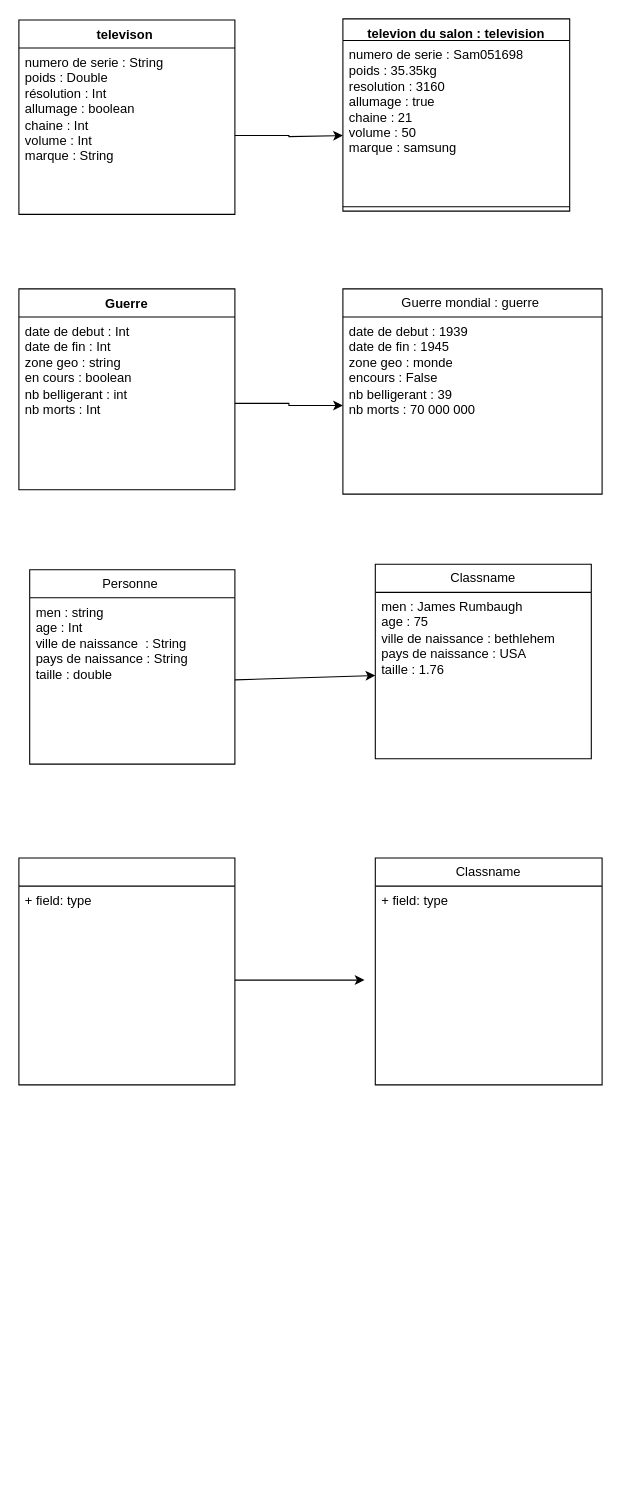
AlexandreLetscher/ABCDEV_2306_AL keeps this draw.io diagram as objet/diagramme objet.drawio. Above is the earlier version. Source tidied: cells renumbered, new cells numbered last; positions are measured from the earlier drawing's top-left corner, leaving out a move shared by most shapes. Both pictures are drawn from the tidied source at 108%, with x=0, y=0 at pixel (18, 18).
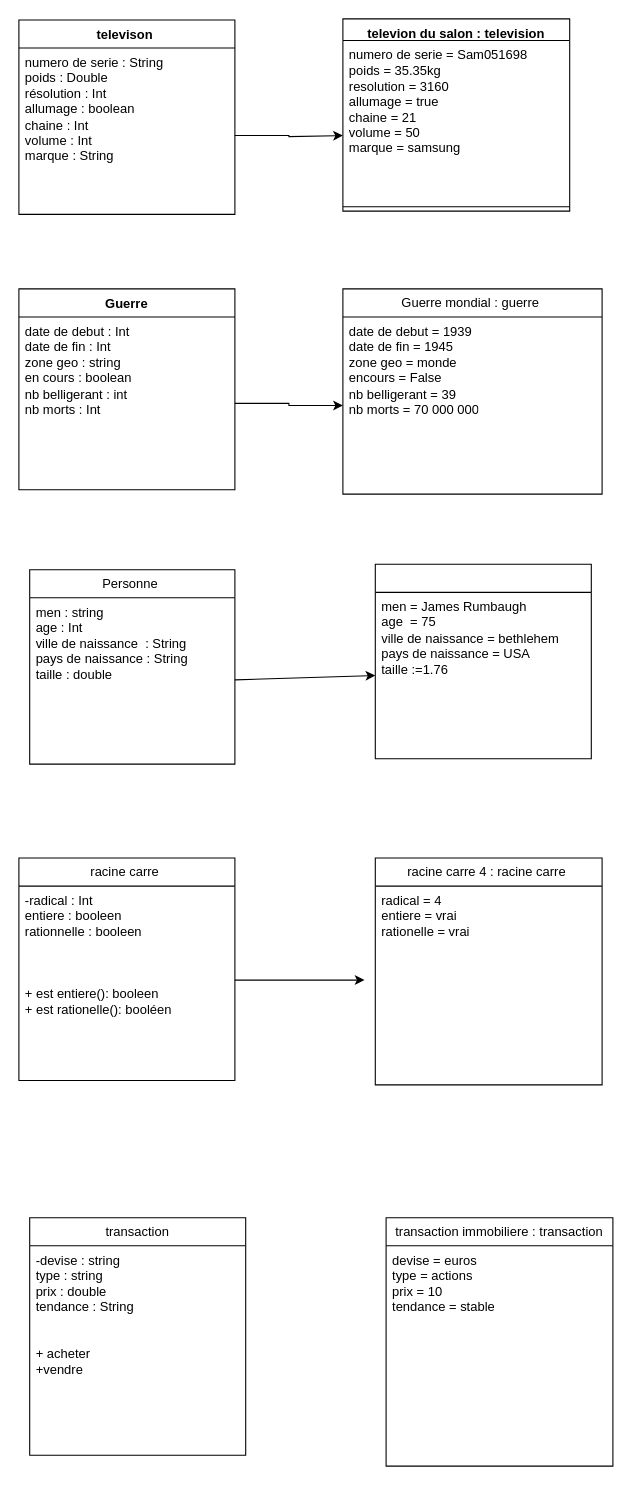
The same diagram, later.

The change refers to these unchanged cells:
```xml
<mxCell id="5" value="televion du salon : television" style="swimlane;fontStyle=1;align=center;verticalAlign=top;horizontal=1;startSize=20;whiteSpace=wrap;html=1;" parent="1" vertex="1">
  <mxGeometry x="300" width="210" height="178" as="geometry" />
</mxCell>
<mxCell id="10" value="Guerre mondial : guerre&amp;nbsp;" style="swimlane;fontStyle=0;horizontal=1;startSize=26;fillColor=none;whiteSpace=wrap;html=1;" parent="1" vertex="1">
  <mxGeometry x="300" y="250" width="240" height="190" as="geometry" />
</mxCell>
```

The edit, as a diff of the source:
```diff
@@
-    <mxCell id="6" value="numero de serie : Sam051698&lt;br&gt;poids : 35.35kg&lt;br&gt;resolution : 3160&amp;nbsp;&lt;br&gt;allumage : true&amp;nbsp;&lt;br&gt;chaine : 21&lt;br&gt;volume : 50&lt;br&gt;marque : samsung" style="text;strokeColor=none;fillColor=none;align=left;verticalAlign=top;spacingLeft=4;spacingRight=4;overflow=hidden;whiteSpace=wrap;html=1;" parent="5" vertex="1">
+    <mxCell id="6" value="numero de serie = Sam051698&lt;br&gt;poids = 35.35kg&lt;br&gt;resolution = 3160&amp;nbsp;&lt;br&gt;allumage = true&amp;nbsp;&lt;br&gt;chaine = 21&lt;br&gt;volume = 50&lt;br&gt;marque = samsung" style="text;strokeColor=none;fillColor=none;align=left;verticalAlign=top;spacingLeft=4;spacingRight=4;overflow=hidden;whiteSpace=wrap;html=1;" parent="5" vertex="1">
       <mxGeometry y="20" width="210" height="150" as="geometry" />
     </mxCell>
@@
-    <mxCell id="11" value="date de debut : 1939&lt;br&gt;date de fin : 1945&lt;br&gt;zone geo : monde&lt;br&gt;encours : False&amp;nbsp;&lt;br&gt;nb belligerant : 39&lt;br&gt;nb morts : 70 000 000" style="text;strokeColor=none;fillColor=none;align=left;verticalAlign=top;spacingLeft=4;spacingRight=4;overflow=hidden;points=[[0,0.5],[1,0.5]];portConstraint=eastwest;whiteSpace=wrap;html=1;" parent="10" vertex="1">
+    <mxCell id="11" value="date de debut = 1939&lt;br&gt;date de fin = 1945&lt;br&gt;zone geo = monde&lt;br&gt;encours = False&amp;nbsp;&lt;br&gt;nb belligerant = 39&lt;br&gt;nb morts = 70 000 000" style="text;strokeColor=none;fillColor=none;align=left;verticalAlign=top;spacingLeft=4;spacingRight=4;overflow=hidden;points=[[0,0.5],[1,0.5]];portConstraint=eastwest;whiteSpace=wrap;html=1;" parent="10" vertex="1">
       <mxGeometry y="26" width="240" height="164" as="geometry" />
     </mxCell>
@@
-    <mxCell id="15" value="Classname" style="swimlane;fontStyle=0;horizontal=1;startSize=26;fillColor=none;whiteSpace=wrap;html=1;" parent="1" vertex="1">
+    <mxCell id="15" style="swimlane;fontStyle=0;horizontal=1;startSize=26;fillColor=none;whiteSpace=wrap;html=1;" parent="1" vertex="1">
       <mxGeometry x="330" y="505" width="200" height="180" as="geometry" />
     </mxCell>
-    <mxCell id="16" value="men : James Rumbaugh&lt;br&gt;age : 75&lt;br&gt;ville de naissance : bethlehem&lt;br&gt;pays de naissance : USA&lt;br&gt;taille : 1.76" style="text;strokeColor=none;fillColor=none;align=left;verticalAlign=top;spacingLeft=4;spacingRight=4;overflow=hidden;points=[[0,0.5],[1,0.5]];portConstraint=eastwest;whiteSpace=wrap;html=1;" parent="15" vertex="1">
+    <mxCell id="16" value="men = James Rumbaugh&lt;br&gt;age&amp;nbsp; = 75&lt;br&gt;ville de naissance = bethlehem&lt;br&gt;pays de naissance = USA&lt;br&gt;taille :=1.76" style="text;strokeColor=none;fillColor=none;align=left;verticalAlign=top;spacingLeft=4;spacingRight=4;overflow=hidden;points=[[0,0.5],[1,0.5]];portConstraint=eastwest;whiteSpace=wrap;html=1;" parent="15" vertex="1">
       <mxGeometry y="26" width="200" height="154" as="geometry" />
     </mxCell>
@@
-    <mxCell id="18" style="swimlane;fontStyle=0;horizontal=1;startSize=26;fillColor=none;whiteSpace=wrap;html=1;" parent="1" vertex="1">
-      <mxGeometry y="777" width="200" height="210" as="geometry" />
+    <mxCell id="18" value="racine carre&amp;nbsp;" style="swimlane;fontStyle=0;horizontal=1;startSize=26;fillColor=none;whiteSpace=wrap;html=1;" parent="1" vertex="1">
+      <mxGeometry y="777" width="200" height="206" as="geometry" />
     </mxCell>
-    <mxCell id="19" value="+ field: type" style="text;strokeColor=none;fillColor=none;align=left;verticalAlign=top;spacingLeft=4;spacingRight=4;overflow=hidden;whiteSpace=wrap;html=1;" parent="18" vertex="1">
-      <mxGeometry y="26" width="200" height="184" as="geometry" />
+    <mxCell id="19" value="-radical : Int&lt;br&gt;entiere : booleen&lt;br&gt;rationnelle : booleen&lt;br&gt;&lt;br&gt;&lt;br&gt;&lt;br&gt;+ est entiere(): booleen&lt;br&gt;+ est rationelle(): booléen" style="text;strokeColor=none;fillColor=none;align=left;verticalAlign=top;spacingLeft=4;spacingRight=4;overflow=hidden;whiteSpace=wrap;html=1;" parent="18" vertex="1">
+      <mxGeometry y="26" width="200" height="180" as="geometry" />
     </mxCell>
-    <mxCell id="20" value="Classname" style="swimlane;fontStyle=0;horizontal=1;startSize=26;fillColor=none;whiteSpace=wrap;html=1;" parent="1" vertex="1">
+    <mxCell id="20" value="racine carre 4 : racine carre&amp;nbsp;" style="swimlane;fontStyle=0;horizontal=1;startSize=26;fillColor=none;whiteSpace=wrap;html=1;" parent="1" vertex="1">
       <mxGeometry x="330" y="777" width="210" height="210" as="geometry" />
     </mxCell>
-    <mxCell id="21" value="+ field: type" style="text;strokeColor=none;fillColor=none;align=left;verticalAlign=top;spacingLeft=4;spacingRight=4;overflow=hidden;whiteSpace=wrap;html=1;" parent="20" vertex="1">
+    <mxCell id="21" value="radical = 4&lt;br&gt;entiere = vrai&lt;br&gt;rationelle = vrai" style="text;strokeColor=none;fillColor=none;align=left;verticalAlign=top;spacingLeft=4;spacingRight=4;overflow=hidden;whiteSpace=wrap;html=1;" parent="20" vertex="1">
       <mxGeometry y="26" width="210" height="184" as="geometry" />
     </mxCell>
@@
+    <mxCell id="23" value="transaction" style="swimlane;fontStyle=0;horizontal=1;startSize=26;fillColor=none;whiteSpace=wrap;html=1;" parent="1" vertex="1">
+      <mxGeometry x="10" y="1110" width="200" height="220" as="geometry" />
+    </mxCell>
+    <mxCell id="24" value="-devise : string&lt;br&gt;type : string&lt;br&gt;prix : double&lt;br&gt;tendance : String&lt;br&gt;&lt;br&gt;&lt;br&gt;+ acheter&amp;nbsp;&lt;br&gt;+vendre&amp;nbsp;" style="text;strokeColor=none;fillColor=none;align=left;verticalAlign=top;spacingLeft=4;spacingRight=4;overflow=hidden;whiteSpace=wrap;html=1;" parent="23" vertex="1">
+      <mxGeometry y="26" width="200" height="194" as="geometry" />
+    </mxCell>
+    <mxCell id="25" value="transaction immobiliere : transaction" style="swimlane;fontStyle=0;horizontal=1;startSize=26;fillColor=none;whiteSpace=wrap;html=1;" parent="1" vertex="1">
+      <mxGeometry x="340" y="1110" width="210" height="230" as="geometry" />
+    </mxCell>
+    <mxCell id="26" value="devise = euros&lt;br&gt;type = actions&lt;br&gt;prix = 10&lt;br&gt;tendance = stable" style="text;strokeColor=none;fillColor=none;align=left;verticalAlign=top;spacingLeft=4;spacingRight=4;overflow=hidden;whiteSpace=wrap;html=1;" parent="25" vertex="1">
+      <mxGeometry y="26" width="210" height="204" as="geometry" />
+    </mxCell>
```
